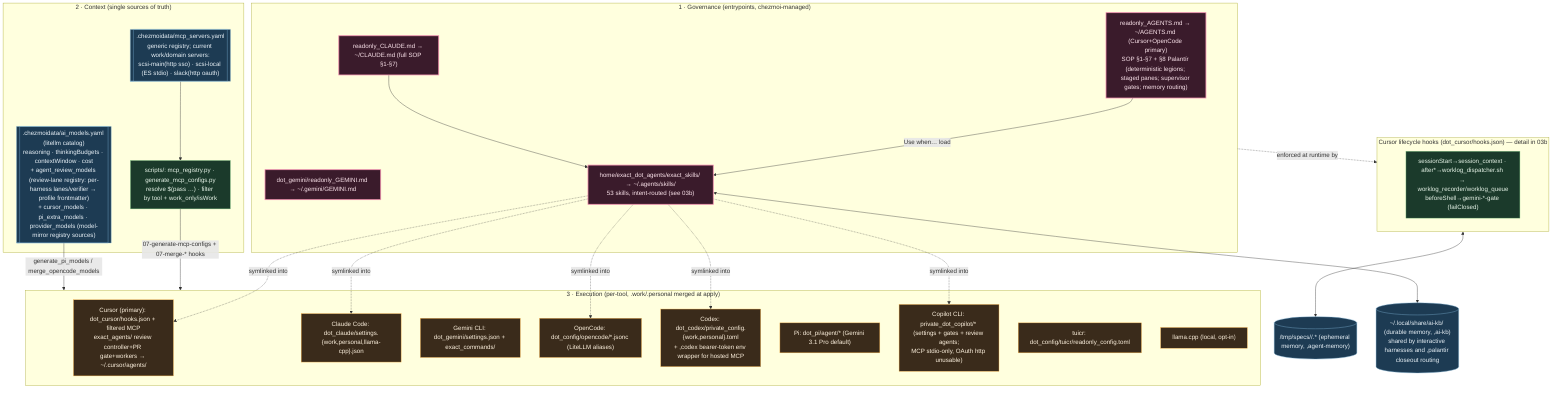
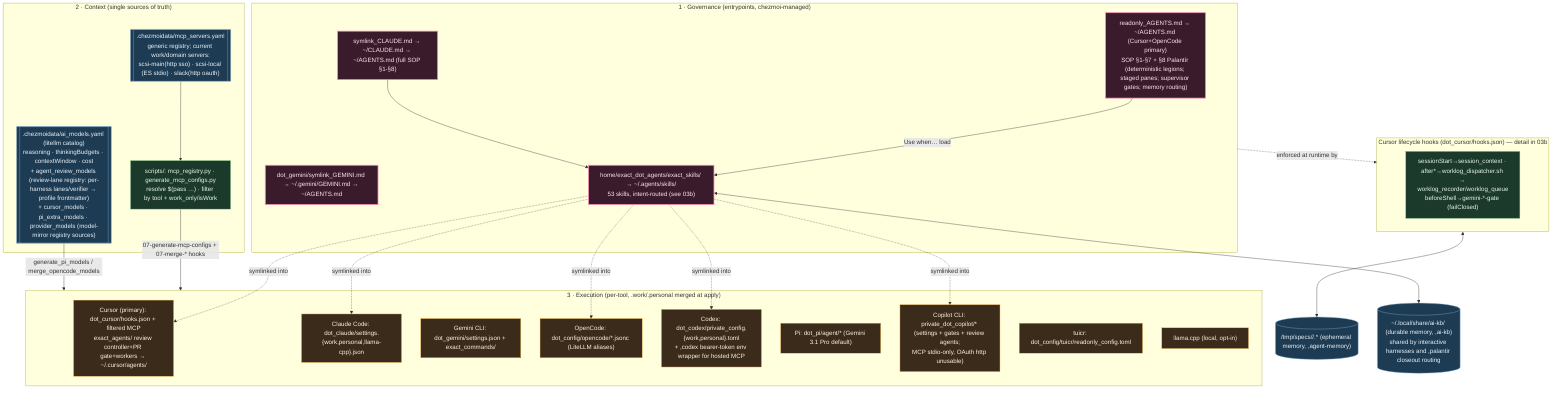
%% ============================================================================
%% 03-agentic-os.mmd — Agentic OS: governance + context + execution layers.
%% Entry SOPs + MCP/model registries + per-tool config generation.
%% Skills/hooks file-level detail → 03b. Per-tool config files → 12.
%% ============================================================================
flowchart TB
    classDef gov fill:#3a1b2b,stroke:#f48fb1,color:#fce4ec,stroke-width:2px;
    classDef ctx fill:#1b3a2b,stroke:#81c784,color:#e8f5e9;
    classDef exec fill:#3a2b1b,stroke:#ffb74d,color:#fff3e0;
    classDef data fill:#1d3b53,stroke:#7fb3d5,color:#eaf2f8;

    subgraph GOV["1 · Governance (entrypoints, chezmoi-managed)"]
        AG["readonly_AGENTS.md → ~/AGENTS.md (Cursor+OpenCode primary)<br/>SOP §1-§7 + §8 Palantír (deterministic legions; staged panes; supervisor gates; memory routing)"]:::gov
-         CL["readonly_CLAUDE.md → ~/CLAUDE.md (full SOP §1-§7)"]:::gov
-         GM["dot_gemini/readonly_GEMINI.md → ~/.gemini/GEMINI.md"]:::gov
+         CL["symlink_CLAUDE.md → ~/CLAUDE.md → ~/AGENTS.md (full SOP §1-§8)"]:::gov
+         GM["dot_gemini/symlink_GEMINI.md → ~/.gemini/GEMINI.md → ~/AGENTS.md"]:::gov
        SK["home/exact_dot_agents/exact_skills/ → ~/.agents/skills/<br/>53 skills, intent-routed (see 03b)"]:::gov
        AG -->|Use when… load| SK
        CL --> SK
    end

    subgraph CTX["2 · Context (single sources of truth)"]
        REG[[".chezmoidata/mcp_servers.yaml<br/>generic registry; current work/domain servers:<br/>scsi-main(http sso) · scsi-local (ES stdio) · slack(http oauth)"]]:::data
        MODELS[[".chezmoidata/ai_models.yaml (litellm catalog)<br/>reasoning · thinkingBudgets · contextWindow · cost<br/>+ agent_review_models (review-lane registry: per-harness lanes/verifier → profile frontmatter)<br/>+ cursor_models · pi_extra_models · provider_models (model-mirror registry sources)"]]:::data
        GEN["scripts/: mcp_registry.py · generate_mcp_configs.py<br/>resolve $(pass …) · filter by tool + work_only/isWork"]:::ctx
        REG --> GEN
    end

    subgraph EXECL["3 · Execution (per-tool, .work/.personal merged at apply)"]
        CURSOR["Cursor (primary): dot_cursor/hooks.json + filtered MCP<br/>exact_agents/ review controller+PR gate+workers → ~/.cursor/agents/"]:::exec
        CLAUDE["Claude Code: dot_claude/settings.{work,personal,llama-cpp}.json"]:::exec
        GEMINI["Gemini CLI: dot_gemini/settings.json + exact_commands/"]:::exec
        OPENCODE["OpenCode: dot_config/opencode/*.jsonc (LiteLLM aliases)"]:::exec
        CODEX["Codex: dot_codex/private_config.{work,personal}.toml<br/>+ ,codex bearer-token env wrapper for hosted MCP"]:::exec
        PI["Pi: dot_pi/agent/* (Gemini 3.1 Pro default)"]:::exec
        COPILOT["Copilot CLI: private_dot_copilot/* (settings + gates + review agents;<br/>MCP stdio-only, OAuth http unusable)"]:::exec
        TUICR["tuicr: dot_config/tuicr/readonly_config.toml"]:::exec
        LOCAL["llama.cpp (local, opt-in)"]:::exec
    end

    GEN -->|07-generate-mcp-configs + 07-merge-* hooks| EXECL
    MODELS -->|generate_pi_models / merge_opencode_models| EXECL
    SK -. symlinked into .-> CURSOR & CLAUDE & OPENCODE & CODEX & COPILOT

    subgraph HOOKS["Cursor lifecycle hooks (dot_cursor/hooks.json) — detail in 03b"]
        H["sessionStart→session_context · after*→worklog_dispatcher.sh → worklog_recorder/worklog_queue<br/>beforeShell→gemini-*-gate (failClosed)"]:::ctx
    end
    GOV -.enforced at runtime by.-> HOOKS
    MEM[("/tmp/specs/<pwd>/<topic>.* (ephemeral memory, ,agent-memory)")]:::data
    HOOKS <--> MEM
    KBDB[("~/.local/share/ai-kb/ (durable memory, ,ai-kb)<br/>shared by interactive harnesses and ,palantir closeout routing")]:::data
    SK <--> KBDB
